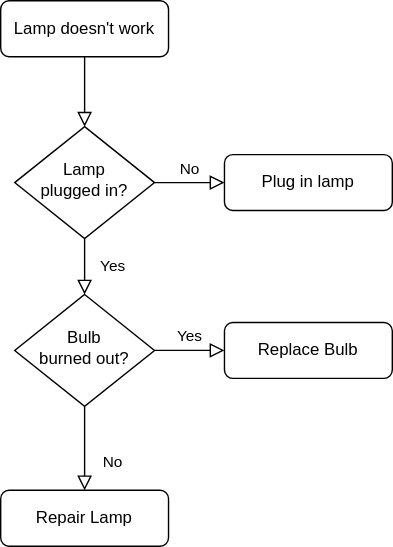
This is Untitled Diagram.drawio.svg from mcclowes/mermaid-examples, a draw.io export, as it was before one commit. Source tidied: cells renumbered, new cells last; positions are measured from the earlier drawing's top-left corner, leaving out a move shared by most shapes. The source it was exported from:
```xml
<mxGraphModel>
  <root>
    <mxCell id="0" />
    <mxCell id="1" parent="0" />
    <mxCell id="2" style="rounded=0;html=1;jettySize=auto;fontSize=11;endArrow=block;endFill=0;endSize=8;strokeWidth=1;shadow=0;labelBackgroundColor=none;edgeStyle=orthogonalEdgeStyle;" parent="1" edge="1" source="3" target="6">
      <mxGeometry relative="1" as="geometry" />
    </mxCell>
    <mxCell id="3" value="Lamp doesn't work" style="rounded=1;whiteSpace=wrap;html=1;fontSize=12;glass=0;strokeWidth=1;shadow=0;" parent="1" vertex="1">
      <mxGeometry width="120" height="40" as="geometry" />
    </mxCell>
    <mxCell id="4" value="Yes" style="rounded=0;html=1;jettySize=auto;fontSize=11;endArrow=block;endFill=0;endSize=8;strokeWidth=1;shadow=0;labelBackgroundColor=none;edgeStyle=orthogonalEdgeStyle;" parent="1" edge="1" source="6" target="10">
      <mxGeometry y="20" relative="1" as="geometry" />
    </mxCell>
    <mxCell id="5" value="No" style="edgeStyle=orthogonalEdgeStyle;rounded=0;html=1;jettySize=auto;fontSize=11;endArrow=block;endFill=0;endSize=8;strokeWidth=1;shadow=0;labelBackgroundColor=none;" parent="1" edge="1" source="6" target="7">
      <mxGeometry y="10" relative="1" as="geometry" />
    </mxCell>
    <mxCell id="6" value="Lamp&lt;br&gt;plugged in?" style="rhombus;whiteSpace=wrap;html=1;shadow=0;fontFamily=Helvetica;fontSize=12;align=center;strokeWidth=1;spacing=6;spacingTop=-4;" parent="1" vertex="1">
      <mxGeometry x="10" y="90" width="100" height="80" as="geometry" />
    </mxCell>
    <mxCell id="7" value="Plug in lamp" style="rounded=1;whiteSpace=wrap;html=1;fontSize=12;glass=0;strokeWidth=1;shadow=0;" parent="1" vertex="1">
      <mxGeometry x="160" y="110" width="120" height="40" as="geometry" />
    </mxCell>
    <mxCell id="8" value="No" style="rounded=0;html=1;jettySize=auto;fontSize=11;endArrow=block;endFill=0;endSize=8;strokeWidth=1;shadow=0;labelBackgroundColor=none;edgeStyle=orthogonalEdgeStyle;" parent="1" edge="1" source="10" target="11">
      <mxGeometry x="0.33" y="20" relative="1" as="geometry" />
    </mxCell>
    <mxCell id="9" value="Yes" style="edgeStyle=orthogonalEdgeStyle;rounded=0;html=1;jettySize=auto;fontSize=11;endArrow=block;endFill=0;endSize=8;strokeWidth=1;shadow=0;labelBackgroundColor=none;" parent="1" edge="1" source="10" target="12">
      <mxGeometry y="10" relative="1" as="geometry" />
    </mxCell>
    <mxCell id="10" value="Bulb&lt;br&gt;burned out?" style="rhombus;whiteSpace=wrap;html=1;shadow=0;fontFamily=Helvetica;fontSize=12;align=center;strokeWidth=1;spacing=6;spacingTop=-4;" parent="1" vertex="1">
      <mxGeometry x="10" y="210" width="100" height="80" as="geometry" />
    </mxCell>
    <mxCell id="11" value="Repair Lamp" style="rounded=1;whiteSpace=wrap;html=1;fontSize=12;glass=0;strokeWidth=1;shadow=0;" parent="1" vertex="1">
      <mxGeometry y="350" width="120" height="40" as="geometry" />
    </mxCell>
    <mxCell id="12" value="Replace Bulb" style="rounded=1;whiteSpace=wrap;html=1;fontSize=12;glass=0;strokeWidth=1;shadow=0;" parent="1" vertex="1">
      <mxGeometry x="160" y="230" width="120" height="40" as="geometry" />
    </mxCell>
  </root>
</mxGraphModel>
```
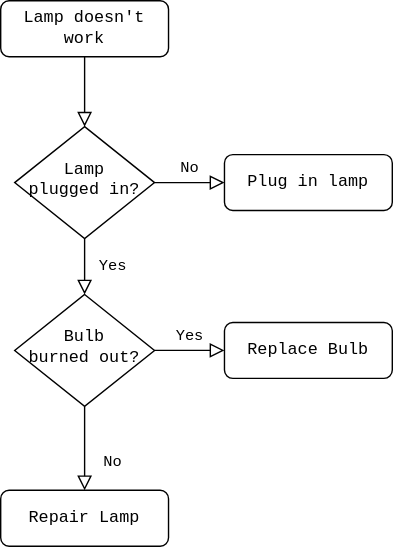
Later version of the same file.

Change to the diagram source:
```diff
@@ -2,37 +2,37 @@
   <root>
     <mxCell id="0" />
     <mxCell id="1" parent="0" />
-    <mxCell id="2" style="rounded=0;html=1;jettySize=auto;fontSize=11;endArrow=block;endFill=0;endSize=8;strokeWidth=1;shadow=0;labelBackgroundColor=none;edgeStyle=orthogonalEdgeStyle;" parent="1" edge="1" source="3" target="6">
+    <mxCell id="2" style="rounded=0;html=1;jettySize=auto;fontSize=11;endArrow=block;endFill=0;endSize=8;strokeWidth=1;shadow=0;labelBackgroundColor=none;edgeStyle=orthogonalEdgeStyle;fontFamily=Courier New;" parent="1" edge="1" source="3" target="6">
       <mxGeometry relative="1" as="geometry" />
     </mxCell>
-    <mxCell id="3" value="Lamp doesn't work" style="rounded=1;whiteSpace=wrap;html=1;fontSize=12;glass=0;strokeWidth=1;shadow=0;" parent="1" vertex="1">
+    <mxCell id="3" value="Lamp doesn't work" style="rounded=1;whiteSpace=wrap;html=1;fontSize=12;glass=0;strokeWidth=1;shadow=0;fontFamily=Courier New;" parent="1" vertex="1">
       <mxGeometry width="120" height="40" as="geometry" />
     </mxCell>
-    <mxCell id="4" value="Yes" style="rounded=0;html=1;jettySize=auto;fontSize=11;endArrow=block;endFill=0;endSize=8;strokeWidth=1;shadow=0;labelBackgroundColor=none;edgeStyle=orthogonalEdgeStyle;" parent="1" edge="1" source="6" target="10">
+    <mxCell id="4" value="Yes" style="rounded=0;html=1;jettySize=auto;fontSize=11;endArrow=block;endFill=0;endSize=8;strokeWidth=1;shadow=0;labelBackgroundColor=none;edgeStyle=orthogonalEdgeStyle;fontFamily=Courier New;" parent="1" edge="1" source="6" target="10">
       <mxGeometry y="20" relative="1" as="geometry" />
     </mxCell>
-    <mxCell id="5" value="No" style="edgeStyle=orthogonalEdgeStyle;rounded=0;html=1;jettySize=auto;fontSize=11;endArrow=block;endFill=0;endSize=8;strokeWidth=1;shadow=0;labelBackgroundColor=none;" parent="1" edge="1" source="6" target="7">
+    <mxCell id="5" value="No" style="edgeStyle=orthogonalEdgeStyle;rounded=0;html=1;jettySize=auto;fontSize=11;endArrow=block;endFill=0;endSize=8;strokeWidth=1;shadow=0;labelBackgroundColor=none;fontFamily=Courier New;" parent="1" edge="1" source="6" target="7">
       <mxGeometry y="10" relative="1" as="geometry" />
     </mxCell>
-    <mxCell id="6" value="Lamp&lt;br&gt;plugged in?" style="rhombus;whiteSpace=wrap;html=1;shadow=0;fontFamily=Helvetica;fontSize=12;align=center;strokeWidth=1;spacing=6;spacingTop=-4;" parent="1" vertex="1">
+    <mxCell id="6" value="Lamp&lt;br&gt;plugged in?" style="rhombus;whiteSpace=wrap;html=1;shadow=0;fontFamily=Courier New;fontSize=12;align=center;strokeWidth=1;spacing=6;spacingTop=-4;" parent="1" vertex="1">
       <mxGeometry x="10" y="90" width="100" height="80" as="geometry" />
     </mxCell>
-    <mxCell id="7" value="Plug in lamp" style="rounded=1;whiteSpace=wrap;html=1;fontSize=12;glass=0;strokeWidth=1;shadow=0;" parent="1" vertex="1">
+    <mxCell id="7" value="Plug in lamp" style="rounded=1;whiteSpace=wrap;html=1;fontSize=12;glass=0;strokeWidth=1;shadow=0;fontFamily=Courier New;" parent="1" vertex="1">
       <mxGeometry x="160" y="110" width="120" height="40" as="geometry" />
     </mxCell>
-    <mxCell id="8" value="No" style="rounded=0;html=1;jettySize=auto;fontSize=11;endArrow=block;endFill=0;endSize=8;strokeWidth=1;shadow=0;labelBackgroundColor=none;edgeStyle=orthogonalEdgeStyle;" parent="1" edge="1" source="10" target="11">
+    <mxCell id="8" value="No" style="rounded=0;html=1;jettySize=auto;fontSize=11;endArrow=block;endFill=0;endSize=8;strokeWidth=1;shadow=0;labelBackgroundColor=none;edgeStyle=orthogonalEdgeStyle;fontFamily=Courier New;" parent="1" edge="1" source="10" target="11">
       <mxGeometry x="0.33" y="20" relative="1" as="geometry" />
     </mxCell>
-    <mxCell id="9" value="Yes" style="edgeStyle=orthogonalEdgeStyle;rounded=0;html=1;jettySize=auto;fontSize=11;endArrow=block;endFill=0;endSize=8;strokeWidth=1;shadow=0;labelBackgroundColor=none;" parent="1" edge="1" source="10" target="12">
+    <mxCell id="9" value="Yes" style="edgeStyle=orthogonalEdgeStyle;rounded=0;html=1;jettySize=auto;fontSize=11;endArrow=block;endFill=0;endSize=8;strokeWidth=1;shadow=0;labelBackgroundColor=none;fontFamily=Courier New;" parent="1" edge="1" source="10" target="12">
       <mxGeometry y="10" relative="1" as="geometry" />
     </mxCell>
-    <mxCell id="10" value="Bulb&lt;br&gt;burned out?" style="rhombus;whiteSpace=wrap;html=1;shadow=0;fontFamily=Helvetica;fontSize=12;align=center;strokeWidth=1;spacing=6;spacingTop=-4;" parent="1" vertex="1">
+    <mxCell id="10" value="Bulb&lt;br&gt;burned out?" style="rhombus;whiteSpace=wrap;html=1;shadow=0;fontFamily=Courier New;fontSize=12;align=center;strokeWidth=1;spacing=6;spacingTop=-4;" parent="1" vertex="1">
       <mxGeometry x="10" y="210" width="100" height="80" as="geometry" />
     </mxCell>
-    <mxCell id="11" value="Repair Lamp" style="rounded=1;whiteSpace=wrap;html=1;fontSize=12;glass=0;strokeWidth=1;shadow=0;" parent="1" vertex="1">
+    <mxCell id="11" value="Repair Lamp" style="rounded=1;whiteSpace=wrap;html=1;fontSize=12;glass=0;strokeWidth=1;shadow=0;fontFamily=Courier New;" parent="1" vertex="1">
       <mxGeometry y="350" width="120" height="40" as="geometry" />
     </mxCell>
-    <mxCell id="12" value="Replace Bulb" style="rounded=1;whiteSpace=wrap;html=1;fontSize=12;glass=0;strokeWidth=1;shadow=0;" parent="1" vertex="1">
+    <mxCell id="12" value="Replace Bulb" style="rounded=1;whiteSpace=wrap;html=1;fontSize=12;glass=0;strokeWidth=1;shadow=0;fontFamily=Courier New;" parent="1" vertex="1">
       <mxGeometry x="160" y="230" width="120" height="40" as="geometry" />
     </mxCell>
   </root>
```
